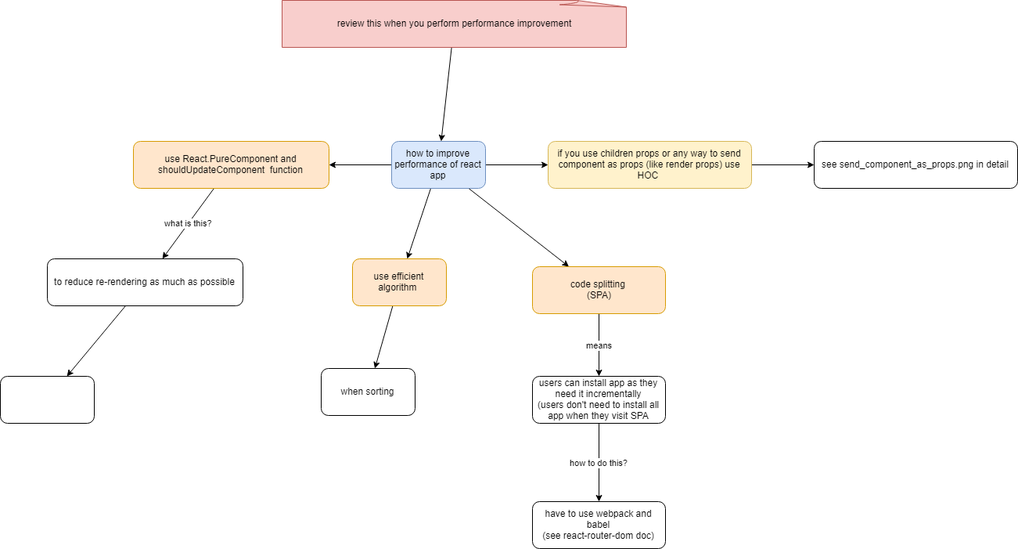
Before: react_performance.png, a diagram exported from draw.io (stsiwo/react_redux_concept). Source tidied: cells renumbered, new cells last; positions are measured from the earlier drawing's top-left corner, leaving out a move shared by most shapes.
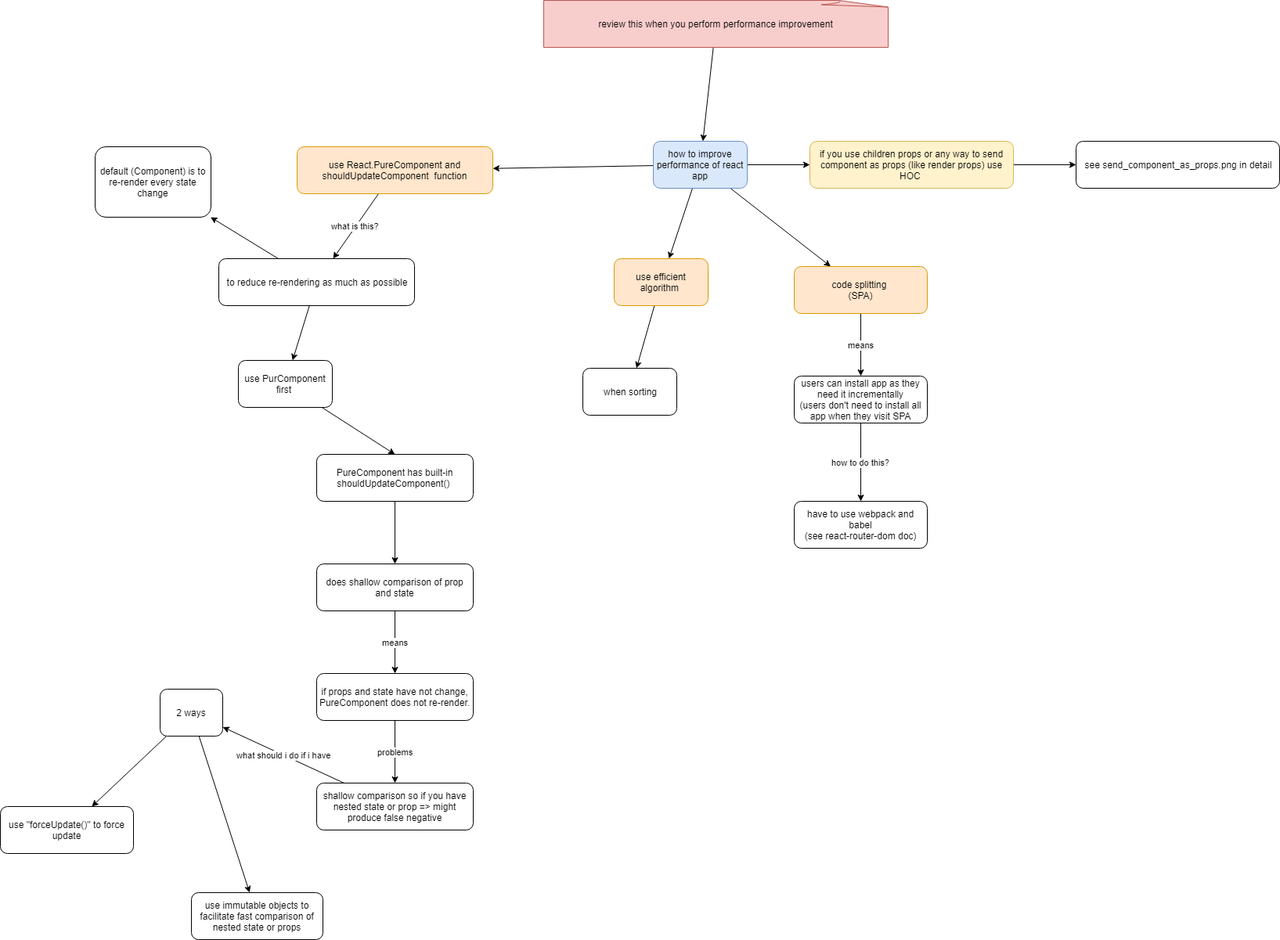
The same diagram one commit later.

Diff of the diagram source:
```diff
@@ -54,16 +54,22 @@
       <mxGeometry relative="1" as="geometry" />
     </mxCell>
     <mxCell id="19" value="use React.PureComponent and shouldUpdateComponent&amp;nbsp; function" style="rounded=1;whiteSpace=wrap;html=1;fillColor=#ffe6cc;strokeColor=#d79b00;" parent="1" vertex="1">
-      <mxGeometry x="170" y="180" width="250" height="60" as="geometry" />
+      <mxGeometry x="45" y="187" width="250" height="60" as="geometry" />
     </mxCell>
     <mxCell id="20" style="edgeStyle=none;rounded=0;html=1;jettySize=auto;" parent="1" edge="1" source="21" target="22">
       <mxGeometry relative="1" as="geometry" />
     </mxCell>
+    <mxCell id="25" style="edgeStyle=none;rounded=0;html=1;jettySize=auto;" parent="1" edge="1" source="21" target="41">
+      <mxGeometry relative="1" as="geometry" />
+    </mxCell>
     <mxCell id="21" value="to reduce re-rendering as much as possible" style="rounded=1;whiteSpace=wrap;html=1;" parent="1" vertex="1">
-      <mxGeometry x="60" y="330" width="250" height="60" as="geometry" />
+      <mxGeometry x="-55" y="330" width="250" height="60" as="geometry" />
     </mxCell>
+    <mxCell id="26" style="edgeStyle=none;rounded=0;html=1;jettySize=auto;entryX=0.5;entryY=0;entryDx=0;entryDy=0;" parent="1" edge="1" source="22" target="29">
+      <mxGeometry relative="1" as="geometry" />
+    </mxCell>
-    <mxCell id="22" style="rounded=1;whiteSpace=wrap;html=1;" parent="1" vertex="1">
-      <mxGeometry y="480" width="120" height="60" as="geometry" />
+    <mxCell id="22" value="use PurComponent first&amp;nbsp;" style="rounded=1;whiteSpace=wrap;html=1;" parent="1" vertex="1">
+      <mxGeometry x="-30" y="460" width="120" height="60" as="geometry" />
     </mxCell>
     <mxCell id="23" style="edgeStyle=none;rounded=0;html=1;jettySize=auto;" parent="1" edge="1" source="24" target="6">
       <mxGeometry relative="1" as="geometry" />
@@ -71,5 +77,50 @@
     <mxCell id="24" value="review this when you perform performance improvement" style="whiteSpace=wrap;html=1;shape=mxgraph.basic.document;fillColor=#f8cecc;strokeColor=#b85450;" parent="1" vertex="1">
       <mxGeometry x="360" width="440" height="60" as="geometry" />
     </mxCell>
+    <mxCell id="27" value="&amp;nbsp; &amp;nbsp; &amp;nbsp; &amp;nbsp; &amp;nbsp;" style="text;html=1;align=left;verticalAlign=top;spacingTop=-4;" parent="1" vertex="1">
+      <mxGeometry x="-189" y="207" width="50" height="20" as="geometry" />
+    </mxCell>
+    <mxCell id="28" style="edgeStyle=none;rounded=0;html=1;jettySize=auto;" parent="1" edge="1" source="29" target="31">
+      <mxGeometry relative="1" as="geometry" />
+    </mxCell>
+    <mxCell id="29" value="PureComponent has built-in shouldUpdateComponent()&amp;nbsp;" style="rounded=1;whiteSpace=wrap;html=1;fillColor=#ffffff;strokeColor=#000000;" parent="1" vertex="1">
+      <mxGeometry x="70" y="580" width="200" height="60" as="geometry" />
+    </mxCell>
+    <mxCell id="30" value="means" style="edgeStyle=none;rounded=0;html=1;jettySize=auto;" parent="1" edge="1" source="31" target="33">
+      <mxGeometry relative="1" as="geometry" />
+    </mxCell>
+    <mxCell id="31" value="does shallow comparison of prop and state" style="rounded=1;whiteSpace=wrap;html=1;fillColor=#ffffff;strokeColor=#000000;" parent="1" vertex="1">
+      <mxGeometry x="70" y="720" width="200" height="60" as="geometry" />
+    </mxCell>
+    <mxCell id="32" value="problems" style="edgeStyle=none;rounded=0;html=1;jettySize=auto;" parent="1" edge="1" source="33" target="35">
+      <mxGeometry relative="1" as="geometry" />
+    </mxCell>
+    <mxCell id="33" value="if props and state have not change, PureComponent does not re-render." style="rounded=1;whiteSpace=wrap;html=1;fillColor=#ffffff;strokeColor=#000000;" parent="1" vertex="1">
+      <mxGeometry x="70" y="860" width="200" height="60" as="geometry" />
+    </mxCell>
+    <mxCell id="34" value="what should i do if i have" style="edgeStyle=none;rounded=0;html=1;jettySize=auto;" parent="1" edge="1" source="35" target="38">
+      <mxGeometry relative="1" as="geometry" />
+    </mxCell>
+    <mxCell id="35" value="shallow comparison so if you have nested state or prop =&amp;gt; might produce false negative" style="rounded=1;whiteSpace=wrap;html=1;fillColor=#ffffff;strokeColor=#000000;" parent="1" vertex="1">
+      <mxGeometry x="70" y="1000" width="200" height="60" as="geometry" />
+    </mxCell>
+    <mxCell id="36" style="edgeStyle=none;rounded=0;html=1;jettySize=auto;" parent="1" edge="1" source="38" target="40">
+      <mxGeometry relative="1" as="geometry" />
+    </mxCell>
+    <mxCell id="37" style="edgeStyle=none;rounded=0;html=1;jettySize=auto;" parent="1" edge="1" source="38" target="39">
+      <mxGeometry relative="1" as="geometry" />
+    </mxCell>
+    <mxCell id="38" value="2 ways" style="rounded=1;whiteSpace=wrap;html=1;fillColor=#ffffff;strokeColor=#000000;" parent="1" vertex="1">
+      <mxGeometry x="-130" y="880" width="80" height="60" as="geometry" />
+    </mxCell>
+    <mxCell id="39" value="use immutable objects to facilitate fast comparison of nested state or props" style="rounded=1;whiteSpace=wrap;html=1;fillColor=#ffffff;strokeColor=#000000;" parent="1" vertex="1">
+      <mxGeometry x="-90" y="1140" width="168" height="60" as="geometry" />
+    </mxCell>
+    <mxCell id="40" value="use &quot;forceUpdate()&quot; to force update" style="rounded=1;whiteSpace=wrap;html=1;fillColor=#ffffff;strokeColor=#000000;" parent="1" vertex="1">
+      <mxGeometry x="-334" y="1030" width="170" height="60" as="geometry" />
+    </mxCell>
+    <mxCell id="41" value="default (Component) is to re-render every state change" style="rounded=1;whiteSpace=wrap;html=1;" parent="1" vertex="1">
+      <mxGeometry x="-213" y="187" width="148" height="90" as="geometry" />
+    </mxCell>
   </root>
 </mxGraphModel>
```
